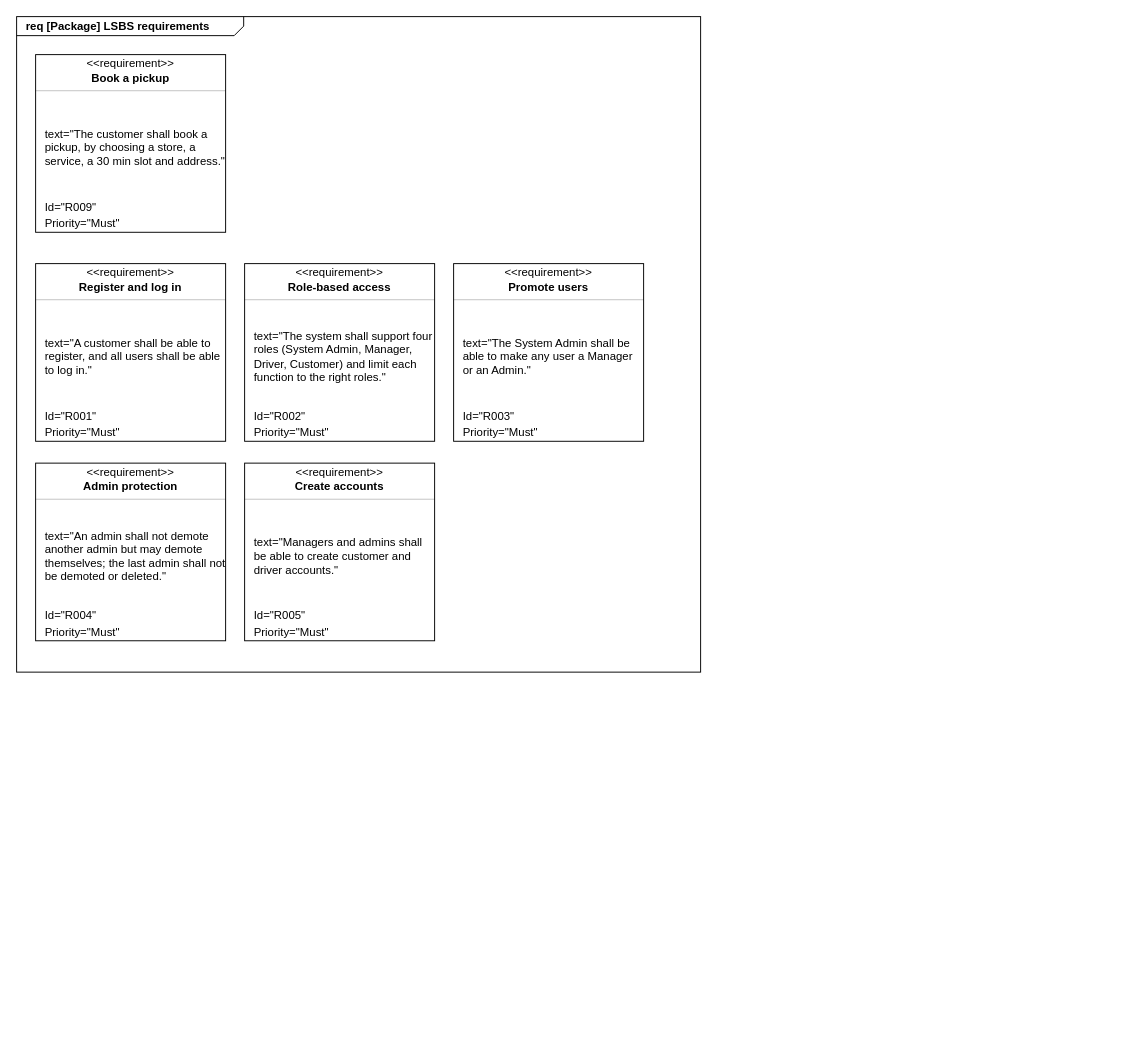
Above: docs/LSBS - SysML Requirement Diagram.drawio in zainabbas86/laundry-service-booking-system (draw.io), before the change. Source tidied: cells renumbered, new cells numbered last; positions are measured from the earlier drawing's top-left corner, leaving out a move shared by most shapes. Both pictures are drawn from the tidied source at 95%, with x=0, y=0 at pixel (16, 16).
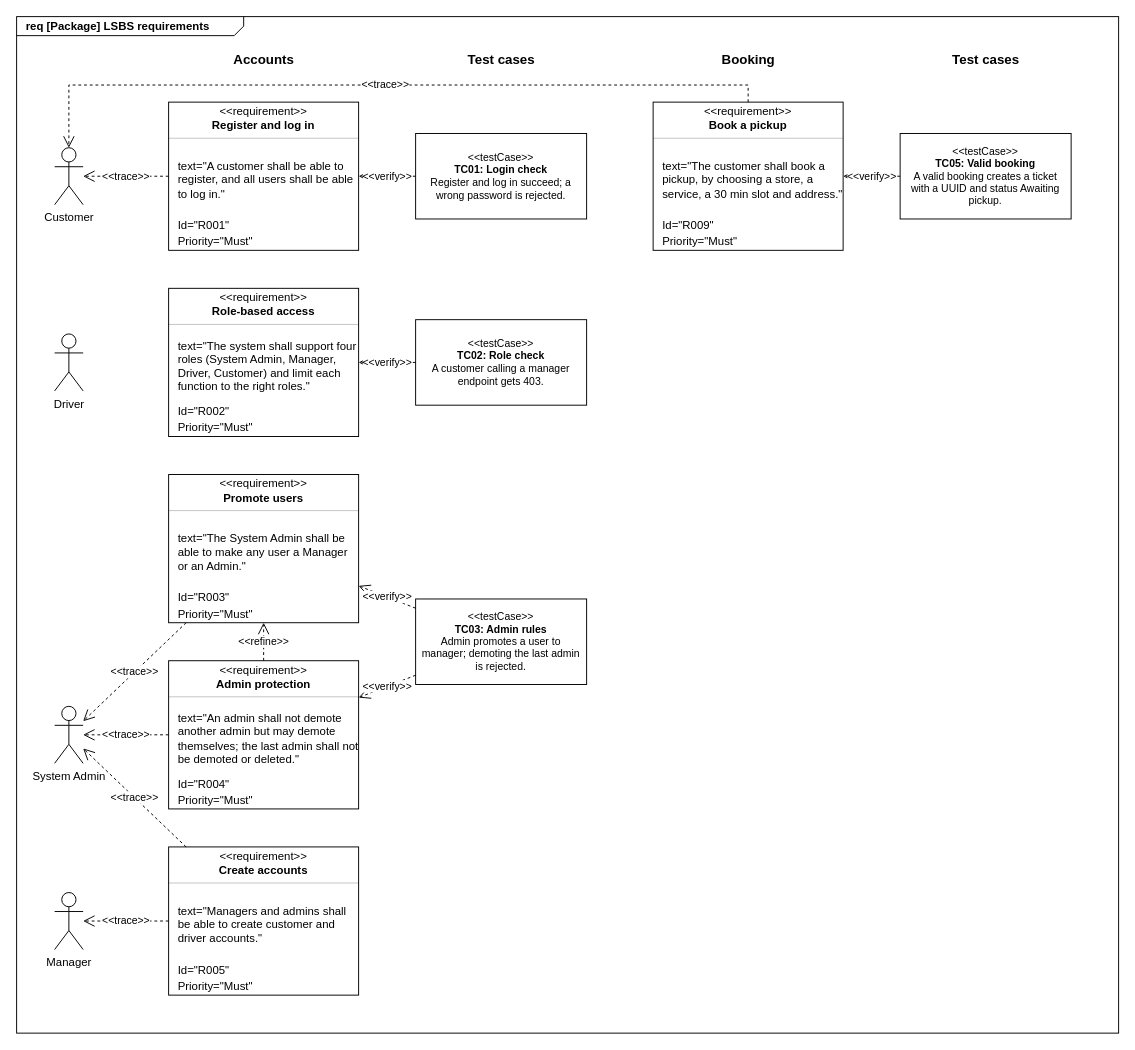
The same page after the edit.

Commit message:
LSBS-7: actors and tests added for R001 to R005

Diff of the diagram source:
```diff
@@
     <mxCell id="2" value="&lt;p style=&quot;margin:0px;margin-top:4px;margin-left:10px;text-align:left;&quot;&gt;&lt;b&gt;req [Package] LSBS requirements&lt;/b&gt;&lt;/p&gt;" style="html=1;shape=mxgraph.sysml.package;html=1;overflow=fill;whiteSpace=wrap;labelX=239.57;" parent="1" vertex="1">
-      <mxGeometry width="720" height="690" as="geometry" />
+      <mxGeometry width="1160" height="1070" as="geometry" />
     </mxCell>
-    <mxCell id="3" style="fontStyle=1;align=center;verticalAlign=middle;horizontal=1;" parent="1" vertex="1">
-      <mxGeometry x="20" y="40" width="200" height="187" as="geometry" />
-    </mxCell>
-    <mxCell id="4" value="&amp;lt;&amp;lt;requirement&amp;gt;&amp;gt;" style="html=1;align=center;spacing=0;verticalAlign=middle;strokeColor=none;fillColor=none;whiteSpace=wrap;spacingTop=3;" parent="3" vertex="1">
-      <mxGeometry width="200" height="16" as="geometry" />
-    </mxCell>
-    <mxCell id="5" value="Book a pickup" style="html=1;align=center;spacing=0;verticalAlign=middle;strokeColor=none;fillColor=none;whiteSpace=wrap;fontStyle=1;" parent="3" vertex="1">
-      <mxGeometry y="16" width="200" height="18" as="geometry" />
-    </mxCell>
-    <mxCell id="6" style="line;strokeWidth=0.25;fillColor=none;align=left;verticalAlign=middle;spacingTop=-1;spacingLeft=3;spacingRight=3;labelPosition=right;labelPerimeter=1;" parent="3" vertex="1">
-      <mxGeometry y="34" width="200" height="8" as="geometry" />
-    </mxCell>
-    <mxCell id="7" value="text=&quot;The customer shall book a pickup, by choosing a store, a service, a 30 min slot and address.&quot;" style="html=1;align=left;spacing=0;verticalAlign=middle;strokeColor=none;fillColor=none;whiteSpace=wrap;spacingLeft=10;" parent="3" vertex="1">
-      <mxGeometry y="42" width="200" height="111" as="geometry" />
-    </mxCell>
-    <mxCell id="8" value="Id=&quot;R009&quot;" style="html=1;align=left;spacing=0;verticalAlign=middle;strokeColor=none;fillColor=none;whiteSpace=wrap;spacingLeft=10;" parent="3" vertex="1">
-      <mxGeometry y="153" width="200" height="16" as="geometry" />
-    </mxCell>
-    <mxCell id="9" value="Priority=&quot;Must&quot;" style="html=1;align=left;spacing=0;verticalAlign=middle;strokeColor=none;fillColor=none;whiteSpace=wrap;spacingLeft=10;" parent="3" vertex="1">
-      <mxGeometry y="169" width="200" height="18" as="geometry" />
-    </mxCell>
-    <mxCell id="10" style="edgeStyle=orthogonalEdgeStyle;rounded=0;orthogonalLoop=1;jettySize=auto;html=1;innerLoopWaypoints=1;exitX=0.5;exitY=1;exitDx=0;exitDy=0;defaultLabelBackgroundColor=page;" parent="3" edge="1" source="9" target="9">
-      <mxGeometry relative="1" as="geometry" />
-    </mxCell>
+    <mxCell id="46" value="Accounts" style="text;html=1;align=center;verticalAlign=middle;fontStyle=1;fontSize=14;" parent="1" vertex="1">
+      <mxGeometry x="160" y="30" width="200" height="30" as="geometry" />
+    </mxCell>
+    <mxCell id="47" value="Test cases" style="text;html=1;align=center;verticalAlign=middle;fontStyle=1;fontSize=14;" parent="1" vertex="1">
+      <mxGeometry x="420" y="30" width="180" height="30" as="geometry" />
+    </mxCell>
+    <mxCell id="48" value="Booking" style="text;html=1;align=center;verticalAlign=middle;fontStyle=1;fontSize=14;" parent="1" vertex="1">
+      <mxGeometry x="670" y="30" width="200" height="30" as="geometry" />
+    </mxCell>
+    <mxCell id="49" value="Test cases" style="text;html=1;align=center;verticalAlign=middle;fontStyle=1;fontSize=14;" parent="1" vertex="1">
+      <mxGeometry x="930" y="30" width="180" height="30" as="geometry" />
+    </mxCell>
     <mxCell id="11" style="fontStyle=1;align=center;verticalAlign=middle;horizontal=1;" parent="1" vertex="1">
-      <mxGeometry x="20" y="260" width="200" height="187" as="geometry" />
+      <mxGeometry x="160" y="90" width="200" height="156" as="geometry" />
     </mxCell>
@@
     <mxCell id="15" value="text=&quot;A customer shall be able to register, and all users shall be able to log in.&quot;" style="html=1;align=left;spacing=0;verticalAlign=middle;strokeColor=none;fillColor=none;whiteSpace=wrap;spacingLeft=10;" parent="11" vertex="1">
-      <mxGeometry y="42" width="200" height="111" as="geometry" />
+      <mxGeometry y="42" width="200" height="80" as="geometry" />
     </mxCell>
     <mxCell id="16" value="Id=&quot;R001&quot;" style="html=1;align=left;spacing=0;verticalAlign=middle;strokeColor=none;fillColor=none;whiteSpace=wrap;spacingLeft=10;" parent="11" vertex="1">
-      <mxGeometry y="153" width="200" height="16" as="geometry" />
+      <mxGeometry y="122" width="200" height="16" as="geometry" />
     </mxCell>
     <mxCell id="17" value="Priority=&quot;Must&quot;" style="html=1;align=left;spacing=0;verticalAlign=middle;strokeColor=none;fillColor=none;whiteSpace=wrap;spacingLeft=10;" parent="11" vertex="1">
-      <mxGeometry y="169" width="200" height="18" as="geometry" />
+      <mxGeometry y="138" width="200" height="18" as="geometry" />
     </mxCell>
     <mxCell id="18" style="fontStyle=1;align=center;verticalAlign=middle;horizontal=1;" parent="1" vertex="1">
-      <mxGeometry x="240" y="260" width="200" height="187" as="geometry" />
+      <mxGeometry x="160" y="286" width="200" height="156" as="geometry" />
     </mxCell>
@@
     <mxCell id="22" value="text=&quot;The system shall support four roles (System Admin, Manager, Driver, Customer) and limit each function to the right roles.&quot;" style="html=1;align=left;spacing=0;verticalAlign=middle;strokeColor=none;fillColor=none;whiteSpace=wrap;spacingLeft=10;" parent="18" vertex="1">
-      <mxGeometry y="42" width="200" height="111" as="geometry" />
+      <mxGeometry y="42" width="200" height="80" as="geometry" />
     </mxCell>
     <mxCell id="23" value="Id=&quot;R002&quot;" style="html=1;align=left;spacing=0;verticalAlign=middle;strokeColor=none;fillColor=none;whiteSpace=wrap;spacingLeft=10;" parent="18" vertex="1">
-      <mxGeometry y="153" width="200" height="16" as="geometry" />
+      <mxGeometry y="122" width="200" height="16" as="geometry" />
     </mxCell>
     <mxCell id="24" value="Priority=&quot;Must&quot;" style="html=1;align=left;spacing=0;verticalAlign=middle;strokeColor=none;fillColor=none;whiteSpace=wrap;spacingLeft=10;" parent="18" vertex="1">
-      <mxGeometry y="169" width="200" height="18" as="geometry" />
+      <mxGeometry y="138" width="200" height="18" as="geometry" />
     </mxCell>
     <mxCell id="25" style="fontStyle=1;align=center;verticalAlign=middle;horizontal=1;" parent="1" vertex="1">
-      <mxGeometry x="460" y="260" width="200" height="187" as="geometry" />
+      <mxGeometry x="160" y="482" width="200" height="156" as="geometry" />
     </mxCell>
@@
     <mxCell id="29" value="text=&quot;The System Admin shall be able to make any user a Manager or an Admin.&quot;" style="html=1;align=left;spacing=0;verticalAlign=middle;strokeColor=none;fillColor=none;whiteSpace=wrap;spacingLeft=10;" parent="25" vertex="1">
-      <mxGeometry y="42" width="200" height="111" as="geometry" />
+      <mxGeometry y="42" width="200" height="80" as="geometry" />
     </mxCell>
     <mxCell id="30" value="Id=&quot;R003&quot;" style="html=1;align=left;spacing=0;verticalAlign=middle;strokeColor=none;fillColor=none;whiteSpace=wrap;spacingLeft=10;" parent="25" vertex="1">
-      <mxGeometry y="153" width="200" height="16" as="geometry" />
+      <mxGeometry y="122" width="200" height="16" as="geometry" />
     </mxCell>
     <mxCell id="31" value="Priority=&quot;Must&quot;" style="html=1;align=left;spacing=0;verticalAlign=middle;strokeColor=none;fillColor=none;whiteSpace=wrap;spacingLeft=10;" parent="25" vertex="1">
-      <mxGeometry y="169" width="200" height="18" as="geometry" />
+      <mxGeometry y="138" width="200" height="18" as="geometry" />
     </mxCell>
     <mxCell id="32" style="fontStyle=1;align=center;verticalAlign=middle;horizontal=1;" parent="1" vertex="1">
-      <mxGeometry x="20" y="470" width="200" height="187" as="geometry" />
+      <mxGeometry x="160" y="678" width="200" height="156" as="geometry" />
     </mxCell>
@@
     <mxCell id="36" value="text=&quot;An admin shall not demote another admin but may demote themselves; the last admin shall not be demoted or deleted.&quot;" style="html=1;align=left;spacing=0;verticalAlign=middle;strokeColor=none;fillColor=none;whiteSpace=wrap;spacingLeft=10;" parent="32" vertex="1">
-      <mxGeometry y="42" width="200" height="111" as="geometry" />
+      <mxGeometry y="42" width="200" height="80" as="geometry" />
     </mxCell>
     <mxCell id="37" value="Id=&quot;R004&quot;" style="html=1;align=left;spacing=0;verticalAlign=middle;strokeColor=none;fillColor=none;whiteSpace=wrap;spacingLeft=10;" parent="32" vertex="1">
-      <mxGeometry y="153" width="200" height="16" as="geometry" />
+      <mxGeometry y="122" width="200" height="16" as="geometry" />
     </mxCell>
     <mxCell id="38" value="Priority=&quot;Must&quot;" style="html=1;align=left;spacing=0;verticalAlign=middle;strokeColor=none;fillColor=none;whiteSpace=wrap;spacingLeft=10;" parent="32" vertex="1">
-      <mxGeometry y="169" width="200" height="18" as="geometry" />
+      <mxGeometry y="138" width="200" height="18" as="geometry" />
     </mxCell>
     <mxCell id="39" style="fontStyle=1;align=center;verticalAlign=middle;horizontal=1;" parent="1" vertex="1">
-      <mxGeometry x="240" y="470" width="200" height="187" as="geometry" />
+      <mxGeometry x="160" y="874" width="200" height="156" as="geometry" />
     </mxCell>
@@
     <mxCell id="43" value="text=&quot;Managers and admins shall be able to create customer and driver accounts.&quot;" style="html=1;align=left;spacing=0;verticalAlign=middle;strokeColor=none;fillColor=none;whiteSpace=wrap;spacingLeft=10;" parent="39" vertex="1">
-      <mxGeometry y="42" width="200" height="111" as="geometry" />
+      <mxGeometry y="42" width="200" height="80" as="geometry" />
     </mxCell>
     <mxCell id="44" value="Id=&quot;R005&quot;" style="html=1;align=left;spacing=0;verticalAlign=middle;strokeColor=none;fillColor=none;whiteSpace=wrap;spacingLeft=10;" parent="39" vertex="1">
-      <mxGeometry y="153" width="200" height="16" as="geometry" />
+      <mxGeometry y="122" width="200" height="16" as="geometry" />
     </mxCell>
     <mxCell id="45" value="Priority=&quot;Must&quot;" style="html=1;align=left;spacing=0;verticalAlign=middle;strokeColor=none;fillColor=none;whiteSpace=wrap;spacingLeft=10;" parent="39" vertex="1">
-      <mxGeometry y="169" width="200" height="18" as="geometry" />
+      <mxGeometry y="138" width="200" height="18" as="geometry" />
     </mxCell>
+    <mxCell id="3" style="fontStyle=1;align=center;verticalAlign=middle;horizontal=1;" parent="1" vertex="1">
+      <mxGeometry x="670" y="90" width="200" height="156" as="geometry" />
+    </mxCell>
+    <mxCell id="4" value="&amp;lt;&amp;lt;requirement&amp;gt;&amp;gt;" style="html=1;align=center;spacing=0;verticalAlign=middle;strokeColor=none;fillColor=none;whiteSpace=wrap;spacingTop=3;" parent="3" vertex="1">
+      <mxGeometry width="200" height="16" as="geometry" />
+    </mxCell>
+    <mxCell id="5" value="Book a pickup" style="html=1;align=center;spacing=0;verticalAlign=middle;strokeColor=none;fillColor=none;whiteSpace=wrap;fontStyle=1;" parent="3" vertex="1">
+      <mxGeometry y="16" width="200" height="18" as="geometry" />
+    </mxCell>
+    <mxCell id="6" style="line;strokeWidth=0.25;fillColor=none;align=left;verticalAlign=middle;spacingTop=-1;spacingLeft=3;spacingRight=3;labelPosition=right;labelPerimeter=1;" parent="3" vertex="1">
+      <mxGeometry y="34" width="200" height="8" as="geometry" />
+    </mxCell>
+    <mxCell id="7" value="text=&quot;The customer shall book a pickup, by choosing a store, a service, a 30 min slot and address.&quot;" style="html=1;align=left;spacing=0;verticalAlign=middle;strokeColor=none;fillColor=none;whiteSpace=wrap;spacingLeft=10;" parent="3" vertex="1">
+      <mxGeometry y="42" width="200" height="80" as="geometry" />
+    </mxCell>
+    <mxCell id="8" value="Id=&quot;R009&quot;" style="html=1;align=left;spacing=0;verticalAlign=middle;strokeColor=none;fillColor=none;whiteSpace=wrap;spacingLeft=10;" parent="3" vertex="1">
+      <mxGeometry y="122" width="200" height="16" as="geometry" />
+    </mxCell>
+    <mxCell id="9" value="Priority=&quot;Must&quot;" style="html=1;align=left;spacing=0;verticalAlign=middle;strokeColor=none;fillColor=none;whiteSpace=wrap;spacingLeft=10;" parent="3" vertex="1">
+      <mxGeometry y="138" width="200" height="18" as="geometry" />
+    </mxCell>
+    <mxCell id="10" style="edgeStyle=orthogonalEdgeStyle;rounded=0;orthogonalLoop=1;jettySize=auto;html=1;innerLoopWaypoints=1;exitX=0.5;exitY=1;exitDx=0;exitDy=0;defaultLabelBackgroundColor=page;" parent="3" edge="1" source="9" target="9">
+      <mxGeometry relative="1" as="geometry" />
+    </mxCell>
+    <mxCell id="50" value="Customer" style="shape=umlActor;verticalLabelPosition=bottom;verticalAlign=top;html=1;outlineConnect=0;" parent="1" vertex="1">
+      <mxGeometry x="40" y="138" width="30" height="60" as="geometry" />
+    </mxCell>
+    <mxCell id="51" value="Driver" style="shape=umlActor;verticalLabelPosition=bottom;verticalAlign=top;html=1;" parent="1" vertex="1">
+      <mxGeometry x="40" y="334" width="30" height="60" as="geometry" />
+    </mxCell>
+    <mxCell id="52" value="System Admin" style="shape=umlActor;verticalLabelPosition=bottom;verticalAlign=top;html=1;outlineConnect=0;" parent="1" vertex="1">
+      <mxGeometry x="40" y="726" width="30" height="60" as="geometry" />
+    </mxCell>
+    <mxCell id="53" value="Manager" style="shape=umlActor;verticalLabelPosition=bottom;verticalAlign=top;html=1;outlineConnect=0;" parent="1" vertex="1">
+      <mxGeometry x="40" y="922" width="30" height="60" as="geometry" />
+    </mxCell>
+    <mxCell id="54" value="&amp;lt;&amp;lt;testCase&amp;gt;&amp;gt;&lt;br&gt;&lt;b&gt;TC01: Login check&lt;/b&gt;&lt;br&gt;Register and log in succeed; a wrong password is rejected." style="rounded=0;whiteSpace=wrap;html=1;align=center;verticalAlign=middle;fontSize=11;spacing=6;" parent="1" vertex="1">
+      <mxGeometry x="420" y="123" width="180" height="90" as="geometry" />
+    </mxCell>
+    <mxCell id="55" value="&amp;lt;&amp;lt;testCase&amp;gt;&amp;gt;&lt;br&gt;&lt;b&gt;TC02: Role check&lt;/b&gt;&lt;br&gt;A customer calling a manager endpoint gets 403." style="rounded=0;whiteSpace=wrap;html=1;align=center;verticalAlign=middle;fontSize=11;spacing=6;" parent="1" vertex="1">
+      <mxGeometry x="420" y="319" width="180" height="90" as="geometry" />
+    </mxCell>
+    <mxCell id="56" value="&amp;lt;&amp;lt;testCase&amp;gt;&amp;gt;&lt;br&gt;&lt;b&gt;TC03: Admin rules&lt;/b&gt;&lt;br&gt;Admin promotes a user to manager; demoting the last admin is rejected." style="rounded=0;whiteSpace=wrap;html=1;align=center;verticalAlign=middle;fontSize=11;spacing=6;" parent="1" vertex="1">
+      <mxGeometry x="420" y="613" width="180" height="90" as="geometry" />
+    </mxCell>
+    <mxCell id="57" value="&amp;lt;&amp;lt;testCase&amp;gt;&amp;gt;&lt;br&gt;&lt;b&gt;TC05: Valid booking&lt;/b&gt;&lt;br&gt;A valid booking creates a ticket with a UUID and status Awaiting pickup." style="rounded=0;whiteSpace=wrap;html=1;align=center;verticalAlign=middle;fontSize=11;spacing=6;" parent="1" vertex="1">
+      <mxGeometry x="930" y="123" width="180" height="90" as="geometry" />
+    </mxCell>
+    <mxCell id="58" value="&amp;lt;&amp;lt;trace&amp;gt;&amp;gt;" style="html=1;dashed=1;endArrow=open;endSize=10;rounded=0;labelBackgroundColor=default;fontSize=11;" parent="1" edge="1" source="11" target="50">
+      <mxGeometry relative="1" as="geometry" />
+    </mxCell>
+    <mxCell id="59" value="&amp;lt;&amp;lt;trace&amp;gt;&amp;gt;" style="html=1;dashed=1;endArrow=open;endSize=10;rounded=0;labelBackgroundColor=default;fontSize=11;edgeStyle=orthogonalEdgeStyle;exitX=0.5;exitY=0;exitDx=0;exitDy=0;entryX=0.5;entryY=0;entryDx=0;entryDy=0;" parent="1" edge="1" source="3" target="50">
+      <mxGeometry relative="1" as="geometry">
+        <Array as="points">
+          <mxPoint x="770" y="72" />
+          <mxPoint x="55" y="72" />
+        </Array>
+      </mxGeometry>
+    </mxCell>
+    <mxCell id="60" value="&amp;lt;&amp;lt;trace&amp;gt;&amp;gt;" style="html=1;dashed=1;endArrow=open;endSize=10;rounded=0;labelBackgroundColor=default;fontSize=11;" parent="1" edge="1" source="25" target="52">
+      <mxGeometry relative="1" as="geometry" />
+    </mxCell>
+    <mxCell id="61" value="&amp;lt;&amp;lt;trace&amp;gt;&amp;gt;" style="html=1;dashed=1;endArrow=open;endSize=10;rounded=0;labelBackgroundColor=default;fontSize=11;" parent="1" edge="1" source="32" target="52">
+      <mxGeometry relative="1" as="geometry" />
+    </mxCell>
+    <mxCell id="62" value="&amp;lt;&amp;lt;trace&amp;gt;&amp;gt;" style="html=1;dashed=1;endArrow=open;endSize=10;rounded=0;labelBackgroundColor=default;fontSize=11;" parent="1" edge="1" source="39" target="52">
+      <mxGeometry relative="1" as="geometry" />
+    </mxCell>
+    <mxCell id="63" value="&amp;lt;&amp;lt;trace&amp;gt;&amp;gt;" style="html=1;dashed=1;endArrow=open;endSize=10;rounded=0;labelBackgroundColor=default;fontSize=11;" parent="1" edge="1" source="39" target="53">
+      <mxGeometry relative="1" as="geometry" />
+    </mxCell>
+    <mxCell id="64" value="&amp;lt;&amp;lt;verify&amp;gt;&amp;gt;" style="html=1;dashed=1;endArrow=open;endSize=10;rounded=0;labelBackgroundColor=default;fontSize=11;" parent="1" edge="1" source="54" target="11">
+      <mxGeometry relative="1" as="geometry" />
+    </mxCell>
+    <mxCell id="65" value="&amp;lt;&amp;lt;verify&amp;gt;&amp;gt;" style="html=1;dashed=1;endArrow=open;endSize=10;rounded=0;labelBackgroundColor=default;fontSize=11;" parent="1" edge="1" source="55" target="18">
+      <mxGeometry relative="1" as="geometry" />
+    </mxCell>
+    <mxCell id="66" value="&amp;lt;&amp;lt;verify&amp;gt;&amp;gt;" style="html=1;dashed=1;endArrow=open;endSize=10;rounded=0;labelBackgroundColor=default;fontSize=11;" parent="1" edge="1" source="56" target="25">
+      <mxGeometry relative="1" as="geometry" />
+    </mxCell>
+    <mxCell id="67" value="&amp;lt;&amp;lt;verify&amp;gt;&amp;gt;" style="html=1;dashed=1;endArrow=open;endSize=10;rounded=0;labelBackgroundColor=default;fontSize=11;" parent="1" edge="1" source="56" target="32">
+      <mxGeometry relative="1" as="geometry" />
+    </mxCell>
+    <mxCell id="68" value="&amp;lt;&amp;lt;verify&amp;gt;&amp;gt;" style="html=1;dashed=1;endArrow=open;endSize=10;rounded=0;labelBackgroundColor=default;fontSize=11;" parent="1" edge="1" source="57" target="3">
+      <mxGeometry relative="1" as="geometry" />
+    </mxCell>
+    <mxCell id="69" value="&amp;lt;&amp;lt;refine&amp;gt;&amp;gt;" style="html=1;dashed=1;endArrow=open;endSize=10;rounded=0;labelBackgroundColor=default;fontSize=11;exitX=0.5;exitY=0;exitDx=0;exitDy=0;entryX=0.5;entryY=1;entryDx=0;entryDy=0;" parent="1" edge="1" source="32" target="25">
+      <mxGeometry relative="1" as="geometry" />
+    </mxCell>
```
